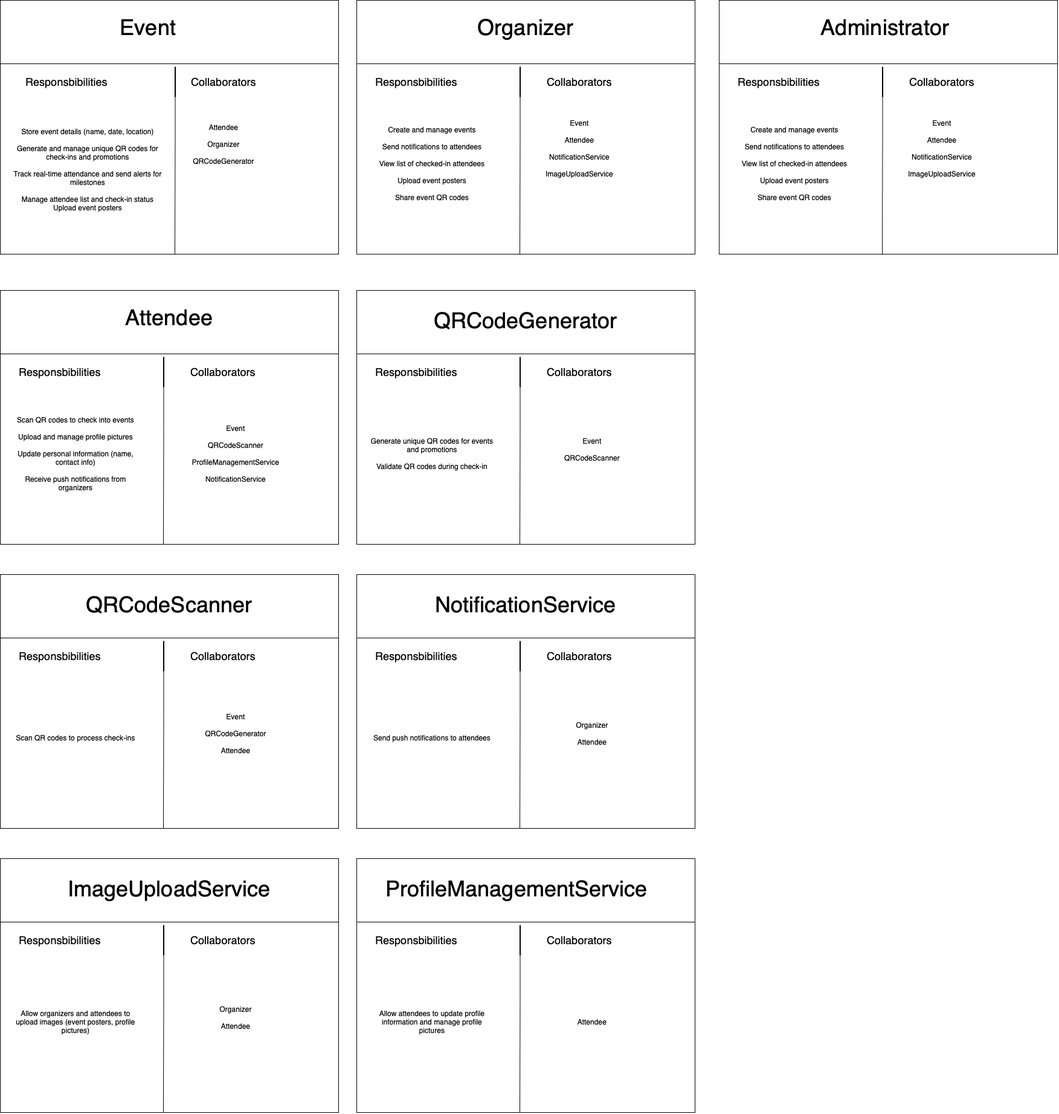
The draw.io diagram doc/CRC cards.drawio.png in FalsettiM/OOPs-I-Pushed-To-Main-CIAgain, before a commit. Source tidied: cells renumbered, new cells last; positions are measured from the earlier drawing's top-left corner, leaving out a move shared by most shapes.
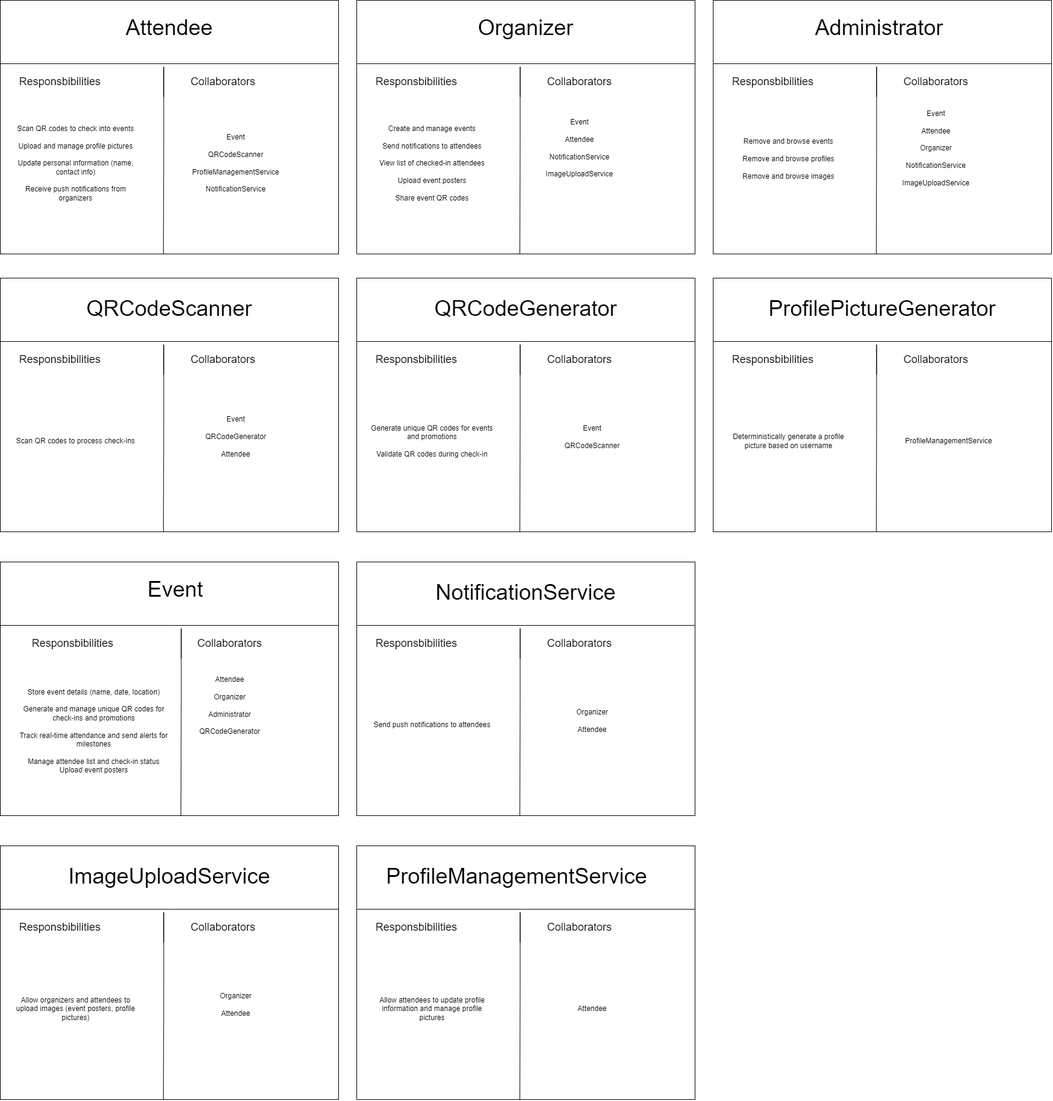
After the change.

Commit message:
Update CRC cards.drawio.png - add Administrator and PictureGenerator

What changed in the source:
```diff
@@ -5,3 +5,3 @@
     <mxCell id="2" value="&lt;div&gt;&lt;br&gt;&lt;/div&gt;&lt;div&gt;&lt;br&gt;&lt;/div&gt;" style="rounded=0;whiteSpace=wrap;html=1;" parent="1" vertex="1">
-      <mxGeometry width="560" height="420" as="geometry" />
+      <mxGeometry y="950" width="560" height="420" as="geometry" />
     </mxCell>
@@ -12,8 +12,8 @@
       <mxGeometry relative="1" as="geometry">
-        <mxPoint x="289" y="420" as="sourcePoint" />
-        <mxPoint x="289.5" y="160" as="targetPoint" />
+        <mxPoint x="299" y="1370" as="sourcePoint" />
+        <mxPoint x="299.5" y="1110" as="targetPoint" />
         <Array as="points">
-          <mxPoint x="289.5" y="230" />
-          <mxPoint x="289.5" y="110" />
-          <mxPoint x="289.5" y="130" />
+          <mxPoint x="299.5" y="1180" />
+          <mxPoint x="299.5" y="1060" />
+          <mxPoint x="299.5" y="1080" />
         </Array>
@@ -22,15 +22,15 @@
     <mxCell id="5" value="&lt;font style=&quot;font-size: 36px;&quot;&gt;Event&lt;/font&gt;" style="text;strokeColor=none;align=center;fillColor=none;html=1;verticalAlign=middle;whiteSpace=wrap;rounded=0;" parent="1" vertex="1">
-      <mxGeometry x="175" y="30" width="140" height="30" as="geometry" />
+      <mxGeometry x="220" y="980" width="140" height="30" as="geometry" />
     </mxCell>
     <mxCell id="6" value="&lt;font style=&quot;font-size: 18px;&quot;&gt;Collaborators&lt;/font&gt;" style="text;strokeColor=none;align=center;fillColor=none;html=1;verticalAlign=middle;whiteSpace=wrap;rounded=0;" parent="1" vertex="1">
-      <mxGeometry x="340" y="120" width="60" height="30" as="geometry" />
+      <mxGeometry x="350" y="1070" width="60" height="30" as="geometry" />
     </mxCell>
     <mxCell id="7" value="&lt;font style=&quot;font-size: 18px;&quot;&gt;Responsbibilities&lt;/font&gt;" style="text;strokeColor=none;align=center;fillColor=none;html=1;verticalAlign=middle;whiteSpace=wrap;rounded=0;" parent="1" vertex="1">
-      <mxGeometry x="80" y="120" width="60" height="30" as="geometry" />
+      <mxGeometry x="90" y="1070" width="60" height="30" as="geometry" />
     </mxCell>
     <mxCell id="8" value="&lt;div&gt;Store event details (name, date, location)&lt;/div&gt;&lt;div&gt;&lt;br&gt;&lt;/div&gt;&lt;div&gt;Generate and manage unique QR codes for check-ins and promotions&lt;/div&gt;&lt;div&gt;&lt;br&gt;&lt;/div&gt;&lt;div&gt;Track real-time attendance and send alerts for milestones&lt;/div&gt;&lt;div&gt;&lt;br&gt;&lt;/div&gt;&lt;div&gt;Manage attendee list and check-in status&lt;/div&gt;&lt;div&gt;Upload event posters&lt;/div&gt;" style="text;strokeColor=none;align=center;fillColor=none;html=1;verticalAlign=middle;whiteSpace=wrap;rounded=0;" parent="1" vertex="1">
-      <mxGeometry x="10" y="150" width="270" height="260" as="geometry" />
+      <mxGeometry x="20" y="1100" width="270" height="260" as="geometry" />
     </mxCell>
     <mxCell id="9" value="&lt;div&gt;&lt;br&gt;&lt;/div&gt;&lt;div&gt;&lt;br&gt;&lt;/div&gt;" style="rounded=0;whiteSpace=wrap;html=1;" parent="1" vertex="1">
-      <mxGeometry x="590" width="560" height="420" as="geometry" />
+      <mxGeometry x="590" y="20" width="560" height="420" as="geometry" />
     </mxCell>
@@ -41,8 +41,8 @@
       <mxGeometry relative="1" as="geometry">
-        <mxPoint x="860" y="420" as="sourcePoint" />
-        <mxPoint x="860.5" y="160" as="targetPoint" />
+        <mxPoint x="860" y="440" as="sourcePoint" />
+        <mxPoint x="860.5" y="180" as="targetPoint" />
         <Array as="points">
-          <mxPoint x="860.5" y="230" />
-          <mxPoint x="860.5" y="110" />
+          <mxPoint x="860.5" y="250" />
           <mxPoint x="860.5" y="130" />
+          <mxPoint x="860.5" y="150" />
         </Array>
@@ -51,21 +51,21 @@
     <mxCell id="12" value="&lt;font style=&quot;font-size: 36px;&quot;&gt;Organizer&lt;/font&gt;" style="text;strokeColor=none;align=center;fillColor=none;html=1;verticalAlign=middle;whiteSpace=wrap;rounded=0;" parent="1" vertex="1">
-      <mxGeometry x="800" y="30" width="140" height="30" as="geometry" />
+      <mxGeometry x="800" y="50" width="140" height="30" as="geometry" />
     </mxCell>
     <mxCell id="13" value="&lt;font style=&quot;font-size: 18px;&quot;&gt;Collaborators&lt;/font&gt;" style="text;strokeColor=none;align=center;fillColor=none;html=1;verticalAlign=middle;whiteSpace=wrap;rounded=0;" parent="1" vertex="1">
-      <mxGeometry x="929" y="120" width="60" height="30" as="geometry" />
+      <mxGeometry x="929" y="140" width="60" height="30" as="geometry" />
     </mxCell>
     <mxCell id="14" value="&lt;font style=&quot;font-size: 18px;&quot;&gt;Responsbibilities&lt;/font&gt;" style="text;strokeColor=none;align=center;fillColor=none;html=1;verticalAlign=middle;whiteSpace=wrap;rounded=0;" parent="1" vertex="1">
-      <mxGeometry x="659" y="120" width="60" height="30" as="geometry" />
+      <mxGeometry x="659" y="140" width="60" height="30" as="geometry" />
     </mxCell>
-    <mxCell id="15" value="&lt;div&gt;Attendee&lt;/div&gt;&lt;div&gt;&lt;br&gt;&lt;/div&gt;&lt;div&gt;Organizer&lt;/div&gt;&lt;div&gt;&lt;br&gt;&lt;/div&gt;&lt;div&gt;QRCodeGenerator&lt;/div&gt;&lt;div&gt;&lt;br&gt;&lt;/div&gt;" style="text;strokeColor=none;align=center;fillColor=none;html=1;verticalAlign=middle;whiteSpace=wrap;rounded=0;" parent="1" vertex="1">
-      <mxGeometry x="300" y="170" width="140" height="150" as="geometry" />
+    <mxCell id="15" value="&lt;div&gt;Attendee&lt;/div&gt;&lt;div&gt;&lt;br&gt;&lt;/div&gt;&lt;div&gt;Organizer&lt;/div&gt;&lt;div&gt;&lt;br&gt;&lt;/div&gt;&lt;div&gt;Administrator&lt;/div&gt;&lt;div&gt;&lt;br&gt;&lt;/div&gt;&lt;div&gt;QRCodeGenerator&lt;/div&gt;&lt;div&gt;&lt;br&gt;&lt;/div&gt;" style="text;strokeColor=none;align=center;fillColor=none;html=1;verticalAlign=middle;whiteSpace=wrap;rounded=0;" parent="1" vertex="1">
+      <mxGeometry x="310" y="1120" width="140" height="150" as="geometry" />
     </mxCell>
     <mxCell id="16" value="&lt;div&gt;Create and manage events&lt;/div&gt;&lt;div&gt;&lt;br&gt;&lt;/div&gt;&lt;div&gt;Send notifications to attendees&lt;/div&gt;&lt;div&gt;&lt;br&gt;&lt;/div&gt;&lt;div&gt;View list of checked-in attendees&lt;/div&gt;&lt;div&gt;&lt;br&gt;&lt;/div&gt;&lt;div&gt;Upload event posters&lt;/div&gt;&lt;div&gt;&lt;br&gt;&lt;/div&gt;&lt;div&gt;Share event QR codes&lt;/div&gt;" style="text;strokeColor=none;align=center;fillColor=none;html=1;verticalAlign=middle;whiteSpace=wrap;rounded=0;" parent="1" vertex="1">
-      <mxGeometry x="610" y="140" width="210" height="260" as="geometry" />
+      <mxGeometry x="610" y="160" width="210" height="260" as="geometry" />
     </mxCell>
     <mxCell id="17" value="&lt;div&gt;Event&lt;/div&gt;&lt;div&gt;&lt;br&gt;&lt;/div&gt;&lt;div&gt;Attendee&lt;/div&gt;&lt;div&gt;&lt;br&gt;&lt;/div&gt;&lt;div&gt;NotificationService&lt;/div&gt;&lt;div&gt;&lt;br&gt;&lt;/div&gt;&lt;div&gt;ImageUploadService&lt;/div&gt;" style="text;strokeColor=none;align=center;fillColor=none;html=1;verticalAlign=middle;whiteSpace=wrap;rounded=0;" parent="1" vertex="1">
-      <mxGeometry x="884" y="155" width="150" height="180" as="geometry" />
+      <mxGeometry x="884" y="175" width="150" height="180" as="geometry" />
     </mxCell>
     <mxCell id="18" value="&lt;div&gt;&lt;br&gt;&lt;/div&gt;&lt;div&gt;&lt;br&gt;&lt;/div&gt;" style="rounded=0;whiteSpace=wrap;html=1;" parent="1" vertex="1">
-      <mxGeometry y="480" width="560" height="420" as="geometry" />
+      <mxGeometry y="20" width="560" height="420" as="geometry" />
     </mxCell>
@@ -76,8 +76,8 @@
       <mxGeometry relative="1" as="geometry">
-        <mxPoint x="270" y="900" as="sourcePoint" />
-        <mxPoint x="270.5" y="640" as="targetPoint" />
+        <mxPoint x="270" y="440" as="sourcePoint" />
+        <mxPoint x="270.5" y="180" as="targetPoint" />
         <Array as="points">
-          <mxPoint x="270.5" y="710" />
-          <mxPoint x="270.5" y="590" />
-          <mxPoint x="270.5" y="610" />
+          <mxPoint x="270.5" y="250" />
+          <mxPoint x="270.5" y="130" />
+          <mxPoint x="270.5" y="150" />
         </Array>
@@ -86,15 +86,15 @@
     <mxCell id="21" value="&lt;font style=&quot;font-size: 36px;&quot;&gt;Attendee&lt;/font&gt;" style="text;strokeColor=none;align=center;fillColor=none;html=1;verticalAlign=middle;whiteSpace=wrap;rounded=0;" parent="1" vertex="1">
-      <mxGeometry x="210" y="510" width="140" height="30" as="geometry" />
+      <mxGeometry x="210" y="50" width="140" height="30" as="geometry" />
     </mxCell>
     <mxCell id="22" value="&lt;font style=&quot;font-size: 18px;&quot;&gt;Collaborators&lt;/font&gt;" style="text;strokeColor=none;align=center;fillColor=none;html=1;verticalAlign=middle;whiteSpace=wrap;rounded=0;" parent="1" vertex="1">
-      <mxGeometry x="339" y="600" width="60" height="30" as="geometry" />
+      <mxGeometry x="339" y="140" width="60" height="30" as="geometry" />
     </mxCell>
     <mxCell id="23" value="&lt;font style=&quot;font-size: 18px;&quot;&gt;Responsbibilities&lt;/font&gt;" style="text;strokeColor=none;align=center;fillColor=none;html=1;verticalAlign=middle;whiteSpace=wrap;rounded=0;" parent="1" vertex="1">
-      <mxGeometry x="69" y="600" width="60" height="30" as="geometry" />
+      <mxGeometry x="69" y="140" width="60" height="30" as="geometry" />
     </mxCell>
     <mxCell id="24" value="&lt;div&gt;Scan QR codes to check into events&lt;/div&gt;&lt;div&gt;&lt;br&gt;&lt;/div&gt;&lt;div&gt;Upload and manage profile pictures&lt;/div&gt;&lt;div&gt;&lt;br&gt;&lt;/div&gt;&lt;div&gt;Update personal information (name, contact info)&lt;/div&gt;&lt;div&gt;&lt;br&gt;&lt;/div&gt;&lt;div&gt;Receive push notifications from organizers&lt;/div&gt;" style="text;strokeColor=none;align=center;fillColor=none;html=1;verticalAlign=middle;whiteSpace=wrap;rounded=0;" parent="1" vertex="1">
-      <mxGeometry x="20" y="620" width="210" height="260" as="geometry" />
+      <mxGeometry x="20" y="160" width="210" height="260" as="geometry" />
     </mxCell>
     <mxCell id="25" value="&lt;div&gt;Event&lt;/div&gt;&lt;div&gt;&lt;br&gt;&lt;/div&gt;&lt;div&gt;QRCodeScanner&lt;br&gt;&lt;/div&gt;&lt;div&gt;&lt;br&gt;&lt;/div&gt;ProfileManagementService&lt;div&gt;&lt;br&gt;&lt;/div&gt;&lt;div&gt;NotificationService&lt;/div&gt;" style="text;strokeColor=none;align=center;fillColor=none;html=1;verticalAlign=middle;whiteSpace=wrap;rounded=0;" parent="1" vertex="1">
-      <mxGeometry x="315" y="660" width="150" height="180" as="geometry" />
+      <mxGeometry x="315" y="200" width="150" height="180" as="geometry" />
     </mxCell>
@@ -133,3 +133,3 @@
     <mxCell id="34" value="&lt;div&gt;&lt;br&gt;&lt;/div&gt;&lt;div&gt;&lt;br&gt;&lt;/div&gt;" style="rounded=0;whiteSpace=wrap;html=1;" parent="1" vertex="1">
-      <mxGeometry y="950" width="560" height="420" as="geometry" />
+      <mxGeometry y="480" width="560" height="420" as="geometry" />
     </mxCell>
@@ -140,8 +140,8 @@
       <mxGeometry relative="1" as="geometry">
-        <mxPoint x="270" y="1370" as="sourcePoint" />
-        <mxPoint x="270.5" y="1110" as="targetPoint" />
+        <mxPoint x="270" y="900" as="sourcePoint" />
+        <mxPoint x="270.5" y="640" as="targetPoint" />
         <Array as="points">
-          <mxPoint x="270.5" y="1180" />
-          <mxPoint x="270.5" y="1060" />
-          <mxPoint x="270.5" y="1080" />
+          <mxPoint x="270.5" y="710" />
+          <mxPoint x="270.5" y="590" />
+          <mxPoint x="270.5" y="610" />
         </Array>
@@ -150,15 +150,15 @@
     <mxCell id="37" value="&lt;font style=&quot;font-size: 36px;&quot;&gt;QRCodeScanner&lt;/font&gt;" style="text;strokeColor=none;align=center;fillColor=none;html=1;verticalAlign=middle;whiteSpace=wrap;rounded=0;" parent="1" vertex="1">
-      <mxGeometry x="145" y="980" width="270" height="40" as="geometry" />
+      <mxGeometry x="145" y="510" width="270" height="40" as="geometry" />
     </mxCell>
     <mxCell id="38" value="&lt;font style=&quot;font-size: 18px;&quot;&gt;Collaborators&lt;/font&gt;" style="text;strokeColor=none;align=center;fillColor=none;html=1;verticalAlign=middle;whiteSpace=wrap;rounded=0;" parent="1" vertex="1">
-      <mxGeometry x="339" y="1070" width="60" height="30" as="geometry" />
+      <mxGeometry x="339" y="600" width="60" height="30" as="geometry" />
     </mxCell>
     <mxCell id="39" value="&lt;font style=&quot;font-size: 18px;&quot;&gt;Responsbibilities&lt;/font&gt;" style="text;strokeColor=none;align=center;fillColor=none;html=1;verticalAlign=middle;whiteSpace=wrap;rounded=0;" parent="1" vertex="1">
-      <mxGeometry x="69" y="1070" width="60" height="30" as="geometry" />
+      <mxGeometry x="69" y="600" width="60" height="30" as="geometry" />
     </mxCell>
     <mxCell id="40" value="Scan QR codes to process check-ins" style="text;strokeColor=none;align=center;fillColor=none;html=1;verticalAlign=middle;whiteSpace=wrap;rounded=0;" parent="1" vertex="1">
-      <mxGeometry x="20" y="1090" width="210" height="260" as="geometry" />
+      <mxGeometry x="20" y="620" width="210" height="260" as="geometry" />
     </mxCell>
     <mxCell id="41" value="&lt;div&gt;Event&lt;/div&gt;&lt;div&gt;&lt;br&gt;&lt;/div&gt;&lt;div&gt;QRCodeGenerator&lt;/div&gt;&lt;div&gt;&lt;br&gt;&lt;/div&gt;&lt;div&gt;Attendee&lt;br&gt;&lt;/div&gt;&lt;div&gt;&lt;br&gt;&lt;/div&gt;" style="text;strokeColor=none;align=center;fillColor=none;html=1;verticalAlign=middle;whiteSpace=wrap;rounded=0;" parent="1" vertex="1">
-      <mxGeometry x="315" y="1130" width="150" height="180" as="geometry" />
+      <mxGeometry x="315" y="660" width="150" height="180" as="geometry" />
     </mxCell>
@@ -261,3 +261,3 @@
     <mxCell id="66" value="&lt;div&gt;&lt;br&gt;&lt;/div&gt;&lt;div&gt;&lt;br&gt;&lt;/div&gt;" style="rounded=0;whiteSpace=wrap;html=1;" parent="1" vertex="1">
-      <mxGeometry x="1190" width="560" height="420" as="geometry" />
+      <mxGeometry x="1180" y="20" width="560" height="420" as="geometry" />
     </mxCell>
@@ -268,8 +268,8 @@
       <mxGeometry relative="1" as="geometry">
-        <mxPoint x="1460" y="420" as="sourcePoint" />
-        <mxPoint x="1460.5" y="160" as="targetPoint" />
+        <mxPoint x="1450" y="440" as="sourcePoint" />
+        <mxPoint x="1450.5" y="180" as="targetPoint" />
         <Array as="points">
-          <mxPoint x="1460.5" y="230" />
-          <mxPoint x="1460.5" y="110" />
-          <mxPoint x="1460.5" y="130" />
+          <mxPoint x="1450.5" y="250" />
+          <mxPoint x="1450.5" y="130" />
+          <mxPoint x="1450.5" y="150" />
         </Array>
@@ -278,16 +278,48 @@
     <mxCell id="69" value="&lt;font style=&quot;font-size: 36px;&quot;&gt;Administrator&lt;/font&gt;" style="text;strokeColor=none;align=center;fillColor=none;html=1;verticalAlign=middle;whiteSpace=wrap;rounded=0;" parent="1" vertex="1">
-      <mxGeometry x="1370" y="30" width="190" height="30" as="geometry" />
+      <mxGeometry x="1360" y="50" width="190" height="30" as="geometry" />
     </mxCell>
     <mxCell id="70" value="&lt;font style=&quot;font-size: 18px;&quot;&gt;Collaborators&lt;/font&gt;" style="text;strokeColor=none;align=center;fillColor=none;html=1;verticalAlign=middle;whiteSpace=wrap;rounded=0;" parent="1" vertex="1">
-      <mxGeometry x="1529" y="120" width="60" height="30" as="geometry" />
+      <mxGeometry x="1519" y="140" width="60" height="30" as="geometry" />
     </mxCell>
     <mxCell id="71" value="&lt;font style=&quot;font-size: 18px;&quot;&gt;Responsbibilities&lt;/font&gt;" style="text;strokeColor=none;align=center;fillColor=none;html=1;verticalAlign=middle;whiteSpace=wrap;rounded=0;" parent="1" vertex="1">
-      <mxGeometry x="1259" y="120" width="60" height="30" as="geometry" />
+      <mxGeometry x="1249" y="140" width="60" height="30" as="geometry" />
     </mxCell>
-    <mxCell id="72" value="&lt;div&gt;Create and manage events&lt;/div&gt;&lt;div&gt;&lt;br&gt;&lt;/div&gt;&lt;div&gt;Send notifications to attendees&lt;/div&gt;&lt;div&gt;&lt;br&gt;&lt;/div&gt;&lt;div&gt;View list of checked-in attendees&lt;/div&gt;&lt;div&gt;&lt;br&gt;&lt;/div&gt;&lt;div&gt;Upload event posters&lt;/div&gt;&lt;div&gt;&lt;br&gt;&lt;/div&gt;&lt;div&gt;Share event QR codes&lt;/div&gt;" style="text;strokeColor=none;align=center;fillColor=none;html=1;verticalAlign=middle;whiteSpace=wrap;rounded=0;" parent="1" vertex="1">
-      <mxGeometry x="1210" y="140" width="210" height="260" as="geometry" />
+    <mxCell id="72" value="&lt;div&gt;Remove and browse events&lt;/div&gt;&lt;div&gt;&lt;br&gt;&lt;/div&gt;&lt;div&gt;Remove and browse profiles&lt;/div&gt;&lt;div&gt;&lt;br&gt;&lt;/div&gt;&lt;div&gt;Remove and browse images&lt;/div&gt;&lt;div&gt;&lt;br&gt;&lt;/div&gt;" style="text;strokeColor=none;align=center;fillColor=none;html=1;verticalAlign=middle;whiteSpace=wrap;rounded=0;" parent="1" vertex="1">
+      <mxGeometry x="1200" y="160" width="210" height="260" as="geometry" />
     </mxCell>
-    <mxCell id="73" value="&lt;div&gt;Event&lt;/div&gt;&lt;div&gt;&lt;br&gt;&lt;/div&gt;&lt;div&gt;Attendee&lt;/div&gt;&lt;div&gt;&lt;br&gt;&lt;/div&gt;&lt;div&gt;NotificationService&lt;/div&gt;&lt;div&gt;&lt;br&gt;&lt;/div&gt;&lt;div&gt;ImageUploadService&lt;/div&gt;" style="text;strokeColor=none;align=center;fillColor=none;html=1;verticalAlign=middle;whiteSpace=wrap;rounded=0;" parent="1" vertex="1">
-      <mxGeometry x="1484" y="155" width="150" height="180" as="geometry" />
+    <mxCell id="73" value="&lt;div&gt;Event&lt;/div&gt;&lt;div&gt;&lt;br&gt;&lt;/div&gt;&lt;div&gt;Attendee&lt;/div&gt;&lt;div&gt;&lt;br&gt;&lt;/div&gt;&lt;div&gt;Organizer&lt;/div&gt;&lt;div&gt;&lt;br&gt;&lt;/div&gt;&lt;div&gt;NotificationService&lt;/div&gt;&lt;div&gt;&lt;br&gt;&lt;/div&gt;&lt;div&gt;ImageUploadService&lt;/div&gt;" style="text;strokeColor=none;align=center;fillColor=none;html=1;verticalAlign=middle;whiteSpace=wrap;rounded=0;" parent="1" vertex="1">
+      <mxGeometry x="1474" y="175" width="150" height="180" as="geometry" />
     </mxCell>
+    <mxCell id="74" value="&lt;div&gt;&lt;br&gt;&lt;/div&gt;&lt;div&gt;&lt;br&gt;&lt;/div&gt;" style="rounded=0;whiteSpace=wrap;html=1;" parent="1" vertex="1">
+      <mxGeometry x="1180" y="480" width="560" height="420" as="geometry" />
+    </mxCell>
+    <mxCell id="75" style="endArrow=none;html=1;rounded=0;entryX=0;entryY=0.25;entryDx=0;entryDy=0;exitX=1;exitY=0.25;exitDx=0;exitDy=0;" parent="1" edge="1" source="74" target="74">
+      <mxGeometry relative="1" as="geometry" />
+    </mxCell>
+    <mxCell id="76" style="endArrow=none;html=1;rounded=0;" parent="1" edge="1">
+      <mxGeometry relative="1" as="geometry">
+        <mxPoint x="1450" y="900" as="sourcePoint" />
+        <mxPoint x="1450.5" y="640" as="targetPoint" />
+        <Array as="points">
+          <mxPoint x="1450.5" y="710" />
+          <mxPoint x="1450.5" y="590" />
+          <mxPoint x="1450.5" y="610" />
+        </Array>
+      </mxGeometry>
+    </mxCell>
+    <mxCell id="77" value="&lt;font style=&quot;font-size: 36px;&quot;&gt;ProfilePictureGenerator&lt;/font&gt;" style="text;strokeColor=none;align=center;fillColor=none;html=1;verticalAlign=middle;whiteSpace=wrap;rounded=0;" parent="1" vertex="1">
+      <mxGeometry x="1325" y="510" width="270" height="40" as="geometry" />
+    </mxCell>
+    <mxCell id="78" value="&lt;font style=&quot;font-size: 18px;&quot;&gt;Collaborators&lt;/font&gt;" style="text;strokeColor=none;align=center;fillColor=none;html=1;verticalAlign=middle;whiteSpace=wrap;rounded=0;" parent="1" vertex="1">
+      <mxGeometry x="1519" y="600" width="60" height="30" as="geometry" />
+    </mxCell>
+    <mxCell id="79" value="&lt;font style=&quot;font-size: 18px;&quot;&gt;Responsbibilities&lt;/font&gt;" style="text;strokeColor=none;align=center;fillColor=none;html=1;verticalAlign=middle;whiteSpace=wrap;rounded=0;" parent="1" vertex="1">
+      <mxGeometry x="1249" y="600" width="60" height="30" as="geometry" />
+    </mxCell>
+    <mxCell id="80" value="Deterministically generate a profile picture based on username" style="text;strokeColor=none;align=center;fillColor=none;html=1;verticalAlign=middle;whiteSpace=wrap;rounded=0;" parent="1" vertex="1">
+      <mxGeometry x="1200" y="620" width="210" height="260" as="geometry" />
+    </mxCell>
+    <mxCell id="81" value="ProfileManagementService" style="text;strokeColor=none;align=center;fillColor=none;html=1;verticalAlign=middle;whiteSpace=wrap;rounded=0;" parent="1" vertex="1">
+      <mxGeometry x="1495" y="660" width="150" height="180" as="geometry" />
+    </mxCell>
   </root>
```
